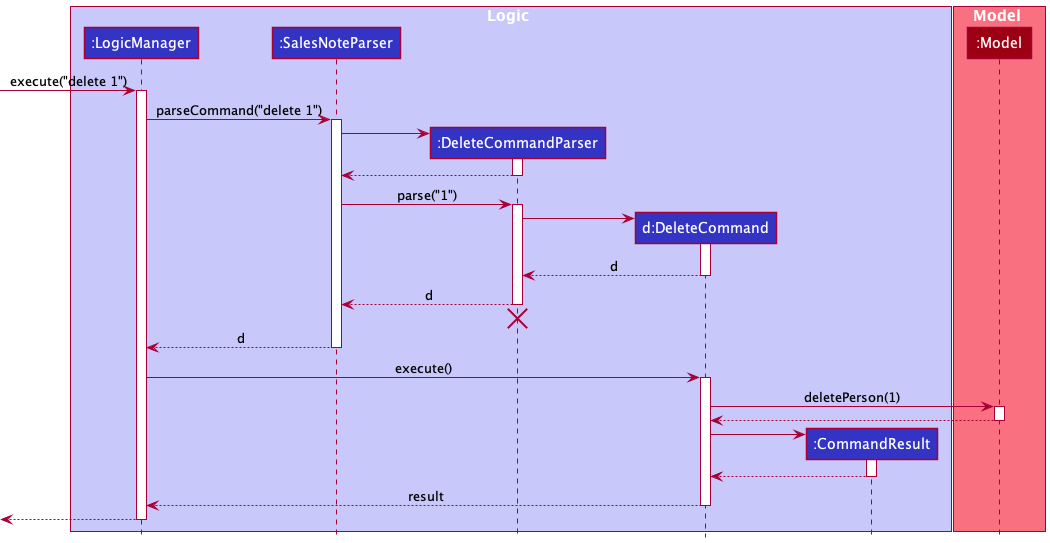
The PlantUML diagram docs/images/DeleteSequenceDiagram.png in nus-cs2103-AY2122S1/tp, before a commit. Source of this version:
```plantuml
@startuml
!include style.puml

box Logic LOGIC_COLOR_T1
participant ":LogicManager" as LogicManager LOGIC_COLOR
participant ":SalesNoteParser" as SalesNoteParser LOGIC_COLOR
participant ":DeleteCommandParser" as DeleteCommandParser LOGIC_COLOR
participant "d:DeleteCommand" as DeleteCommand LOGIC_COLOR
participant ":CommandResult" as CommandResult LOGIC_COLOR
end box

box Model MODEL_COLOR_T1
participant ":Model" as Model MODEL_COLOR
end box

[-> LogicManager : execute("delete 1")
activate LogicManager

LogicManager -> SalesNoteParser : parseCommand("delete 1")
activate SalesNoteParser

create DeleteCommandParser
SalesNoteParser -> DeleteCommandParser
activate DeleteCommandParser

DeleteCommandParser --> SalesNoteParser
deactivate DeleteCommandParser

SalesNoteParser -> DeleteCommandParser : parse("1")
activate DeleteCommandParser

create DeleteCommand
DeleteCommandParser -> DeleteCommand
activate DeleteCommand

DeleteCommand --> DeleteCommandParser : d
deactivate DeleteCommand

DeleteCommandParser --> SalesNoteParser : d
deactivate DeleteCommandParser
DeleteCommandParser -[hidden]-> SalesNoteParser
destroy DeleteCommandParser

SalesNoteParser --> LogicManager : d
deactivate SalesNoteParser

LogicManager -> DeleteCommand : execute()
activate DeleteCommand

DeleteCommand -> Model : deletePerson(1)
activate Model

Model --> DeleteCommand
deactivate Model

create CommandResult
DeleteCommand -> CommandResult
activate CommandResult

CommandResult --> DeleteCommand
deactivate CommandResult

DeleteCommand --> LogicManager : result
deactivate DeleteCommand

[<--LogicManager
deactivate LogicManager
@enduml
```
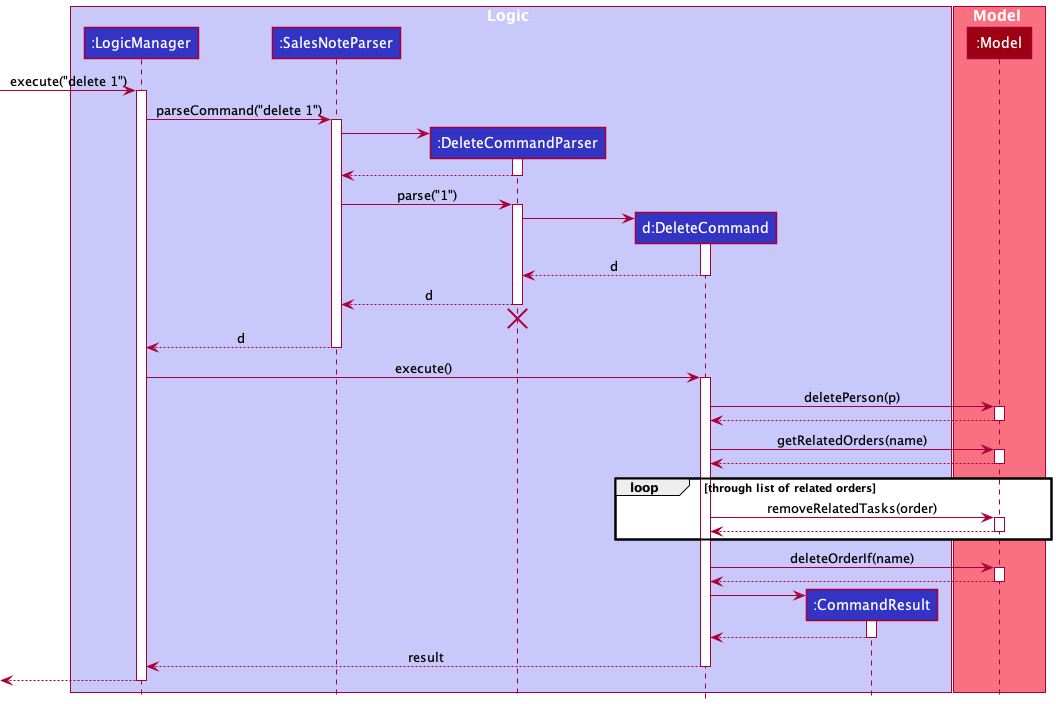
Later version of the same file.

Commit message:
Describe how changes in clients' info are propagated to their orders and tasks

What changed in the source:
```diff
@@ -47,7 +47,27 @@
 LogicManager -> DeleteCommand : execute()
 activate DeleteCommand
 
-DeleteCommand -> Model : deletePerson(1)
+DeleteCommand -> Model : deletePerson(p)
+activate Model
+
+Model --> DeleteCommand
+deactivate Model
+
+DeleteCommand -> Model : getRelatedOrders(name)
+activate Model
+
+Model --> DeleteCommand
+deactivate Model
+
+loop through list of related orders
+    DeleteCommand -> Model: removeRelatedTasks(order)
+    activate Model
+
+    Model --> DeleteCommand:
+    deactivate Model
+end
+
+DeleteCommand -> Model : deleteOrderIf(name)
 activate Model
 
 Model --> DeleteCommand
```
